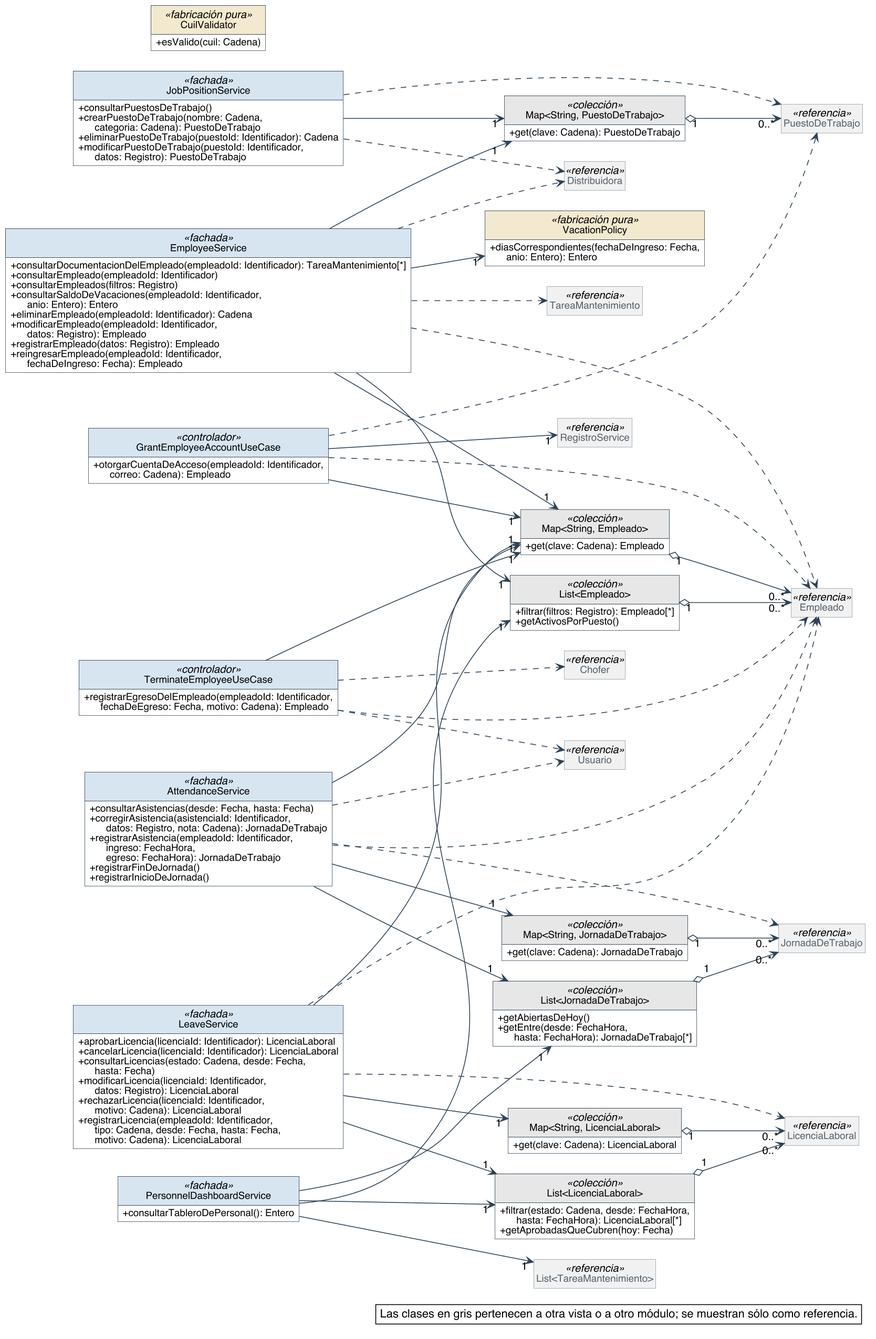
Before: diagramas/clases-diseno/DC_Mod_Personal.png, a diagram exported from PlantUML (Nahuelito-Dev/splg-docs).
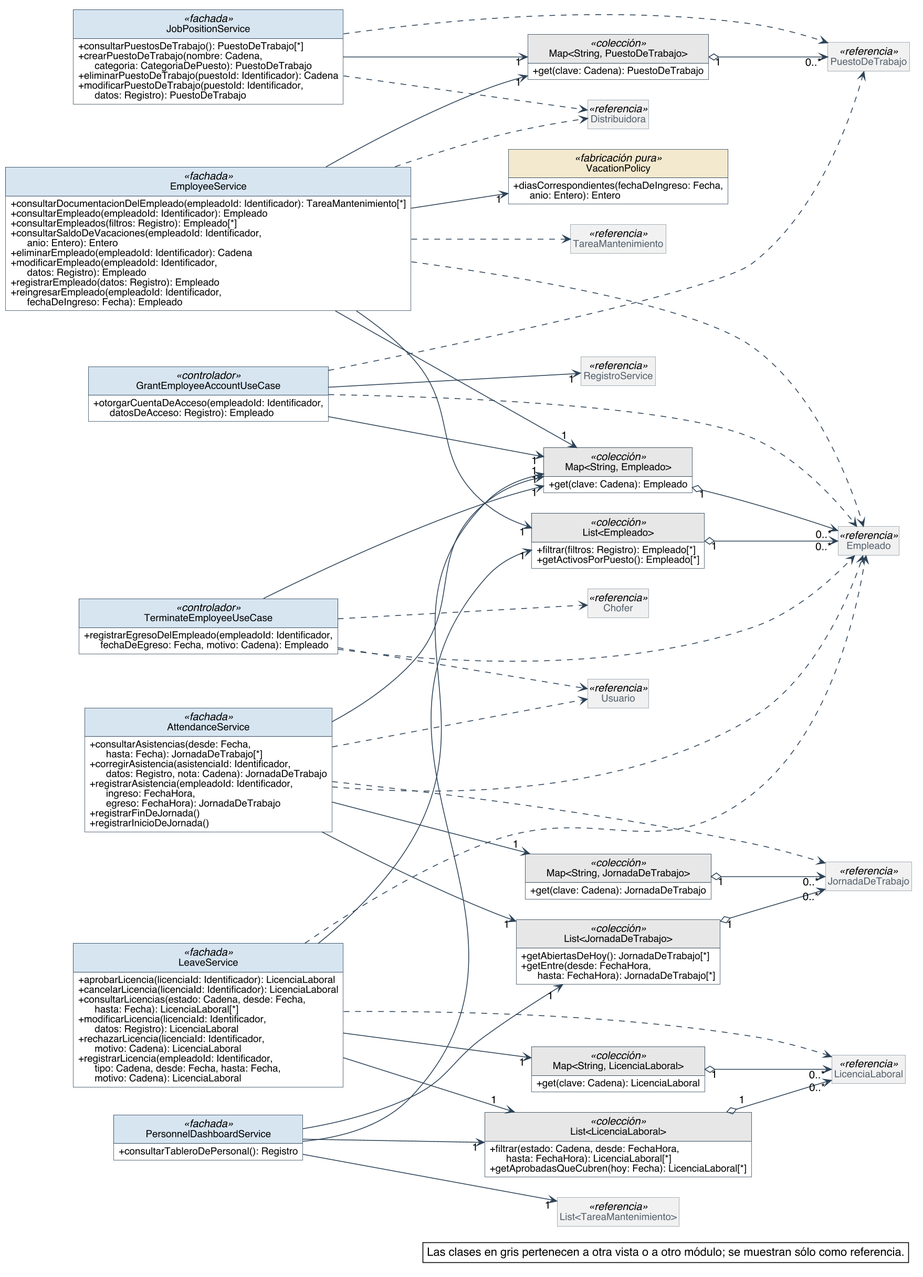
The same diagram one commit later.

Change to the diagram source:
```diff
@@ -61,49 +61,46 @@
 skinparam nodesep 25
 skinparam ranksep 90
 class JobPositionService <<fachada>> {
-  + consultarPuestosDeTrabajo()
-  + crearPuestoDeTrabajo(nombre: Cadena,\n      categoria: Cadena): PuestoDeTrabajo
+  + consultarPuestosDeTrabajo(): PuestoDeTrabajo[*]
+  + crearPuestoDeTrabajo(nombre: Cadena,\n      categoria: CategoriaDePuesto): PuestoDeTrabajo
   + eliminarPuestoDeTrabajo(puestoId: Identificador): Cadena
   + modificarPuestoDeTrabajo(puestoId: Identificador,\n      datos: Registro): PuestoDeTrabajo
 }
-class "Map<String, PuestoDeTrabajo>" as Map_String_PuestoDeTrabajo <<colección>> {
-  + get(clave: Cadena): PuestoDeTrabajo
-}
 class EmployeeService <<fachada>> {
   + consultarDocumentacionDelEmpleado(empleadoId: Identificador): TareaMantenimiento[*]
-  + consultarEmpleado(empleadoId: Identificador)
-  + consultarEmpleados(filtros: Registro)
+  + consultarEmpleado(empleadoId: Identificador): Empleado
+  + consultarEmpleados(filtros: Registro): Empleado[*]
   + consultarSaldoDeVacaciones(empleadoId: Identificador,\n      anio: Entero): Entero
   + eliminarEmpleado(empleadoId: Identificador): Cadena
   + modificarEmpleado(empleadoId: Identificador,\n      datos: Registro): Empleado
   + registrarEmpleado(datos: Registro): Empleado
   + reingresarEmpleado(empleadoId: Identificador,\n      fechaDeIngreso: Fecha): Empleado
 }
-class CuilValidator <<fabricación pura>> {
-  + esValido(cuil: Cadena)
+class "Map<String, PuestoDeTrabajo>" as Map_String_PuestoDeTrabajo <<colección>> {
+  + get(clave: Cadena): PuestoDeTrabajo
 }
 class "Map<String, Empleado>" as Map_String_Empleado <<colección>> {
   + get(clave: Cadena): Empleado
 }
 class "List<Empleado>" as List_Empleado <<colección>> {
   + filtrar(filtros: Registro): Empleado[*]
-  + getActivosPorPuesto()
+  + getActivosPorPuesto(): Empleado[*]
 }
 class TerminateEmployeeUseCase <<controlador>> {
   + registrarEgresoDelEmpleado(empleadoId: Identificador,\n      fechaDeEgreso: Fecha, motivo: Cadena): Empleado
 }
 class GrantEmployeeAccountUseCase <<controlador>> {
-  + otorgarCuentaDeAcceso(empleadoId: Identificador,\n      correo: Cadena): Empleado
+  + otorgarCuentaDeAcceso(empleadoId: Identificador,\n      datosDeAcceso: Registro): Empleado
 }
 class AttendanceService <<fachada>> {
-  + consultarAsistencias(desde: Fecha, hasta: Fecha)
+  + consultarAsistencias(desde: Fecha,\n      hasta: Fecha): JornadaDeTrabajo[*]
   + corregirAsistencia(asistenciaId: Identificador,\n      datos: Registro, nota: Cadena): JornadaDeTrabajo
   + registrarAsistencia(empleadoId: Identificador,\n      ingreso: FechaHora,\n      egreso: FechaHora): JornadaDeTrabajo
   + registrarFinDeJornada()
   + registrarInicioDeJornada()
 }
 class "List<JornadaDeTrabajo>" as List_JornadaDeTrabajo <<colección>> {
-  + getAbiertasDeHoy()
+  + getAbiertasDeHoy(): JornadaDeTrabajo[*]
   + getEntre(desde: FechaHora,\n      hasta: FechaHora): JornadaDeTrabajo[*]
 }
 class "Map<String, JornadaDeTrabajo>" as Map_String_JornadaDeTrabajo <<colección>> {
@@ -112,7 +109,7 @@
 class LeaveService <<fachada>> {
   + aprobarLicencia(licenciaId: Identificador): LicenciaLaboral
   + cancelarLicencia(licenciaId: Identificador): LicenciaLaboral
-  + consultarLicencias(estado: Cadena, desde: Fecha,\n      hasta: Fecha)
+  + consultarLicencias(estado: Cadena, desde: Fecha,\n      hasta: Fecha): LicenciaLaboral[*]
   + modificarLicencia(licenciaId: Identificador,\n      datos: Registro): LicenciaLaboral
   + rechazarLicencia(licenciaId: Identificador,\n      motivo: Cadena): LicenciaLaboral
   + registrarLicencia(empleadoId: Identificador,\n      tipo: Cadena, desde: Fecha, hasta: Fecha,\n      motivo: Cadena): LicenciaLaboral
@@ -122,13 +119,13 @@
 }
 class "List<LicenciaLaboral>" as List_LicenciaLaboral <<colección>> {
   + filtrar(estado: Cadena, desde: FechaHora,\n      hasta: FechaHora): LicenciaLaboral[*]
-  + getAprobadasQueCubren(hoy: Fecha)
+  + getAprobadasQueCubren(hoy: Fecha): LicenciaLaboral[*]
 }
 class VacationPolicy <<fabricación pura>> {
   + diasCorrespondientes(fechaDeIngreso: Fecha,\n      anio: Entero): Entero
 }
 class PersonnelDashboardService <<fachada>> {
-  + consultarTableroDePersonal(): Entero
+  + consultarTableroDePersonal(): Registro
 }
 class PuestoDeTrabajo <<referencia>>
 class Empleado <<referencia>>
@@ -136,10 +133,10 @@
 class LicenciaLaboral <<referencia>>
 class RegistroService <<referencia>>
 class "List<TareaMantenimiento>" as List_TareaMantenimiento <<referencia>>
+class Usuario <<referencia>>
 class Distribuidora <<referencia>>
+class TareaMantenimiento <<referencia>>
 class Chofer <<referencia>>
-class Usuario <<referencia>>
-class TareaMantenimiento <<referencia>>
 
 Map_String_PuestoDeTrabajo "1" o--> "0..*" PuestoDeTrabajo
 Map_String_Empleado "1" o--> "0..*" Empleado
```
